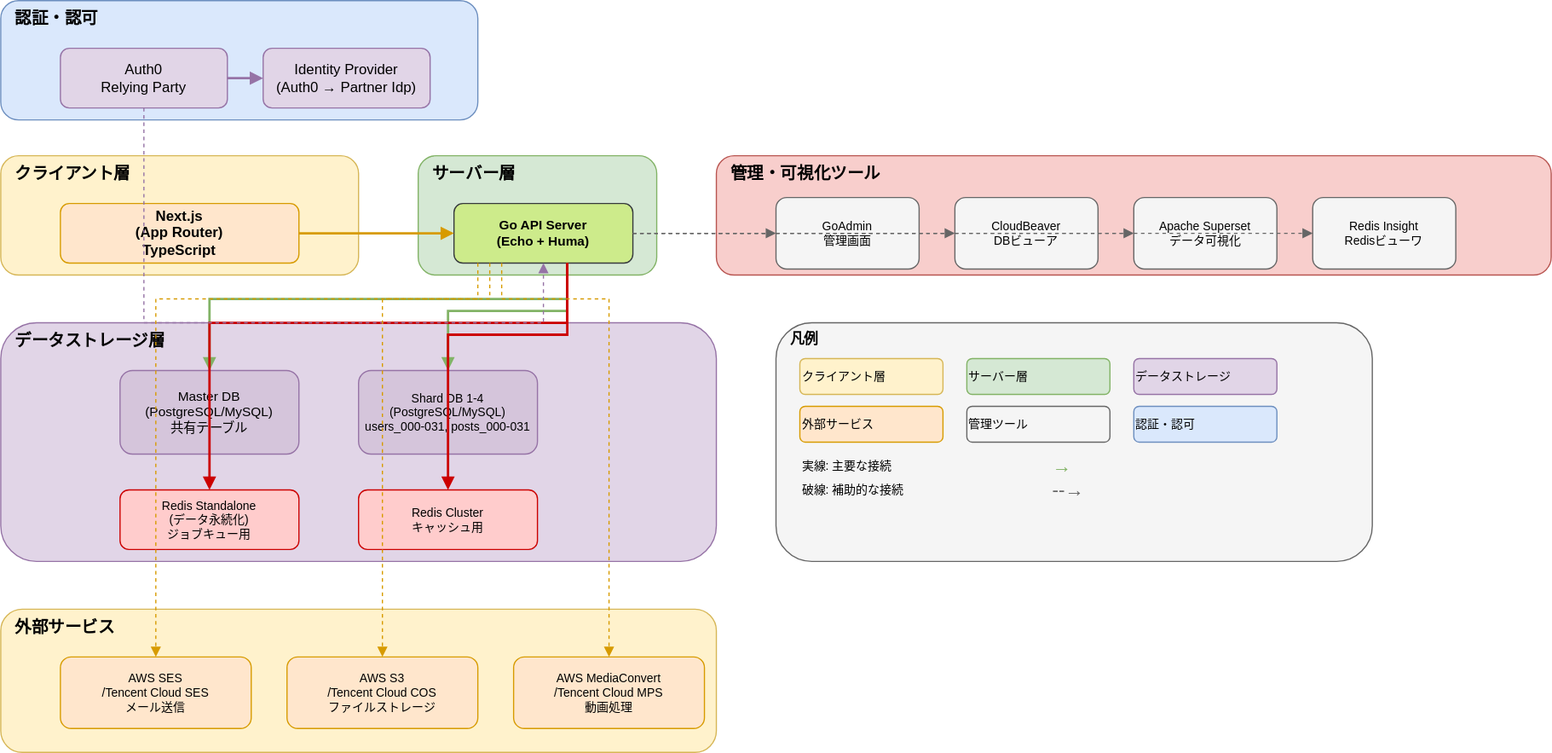
Before: docs/System-Configuration.drawio.svg, a diagram exported from draw.io (taku-o/go-webdb-template). Source tidied: cells renumbered, new cells last; positions are measured from the earlier drawing's top-left corner, leaving out a move shared by most shapes.
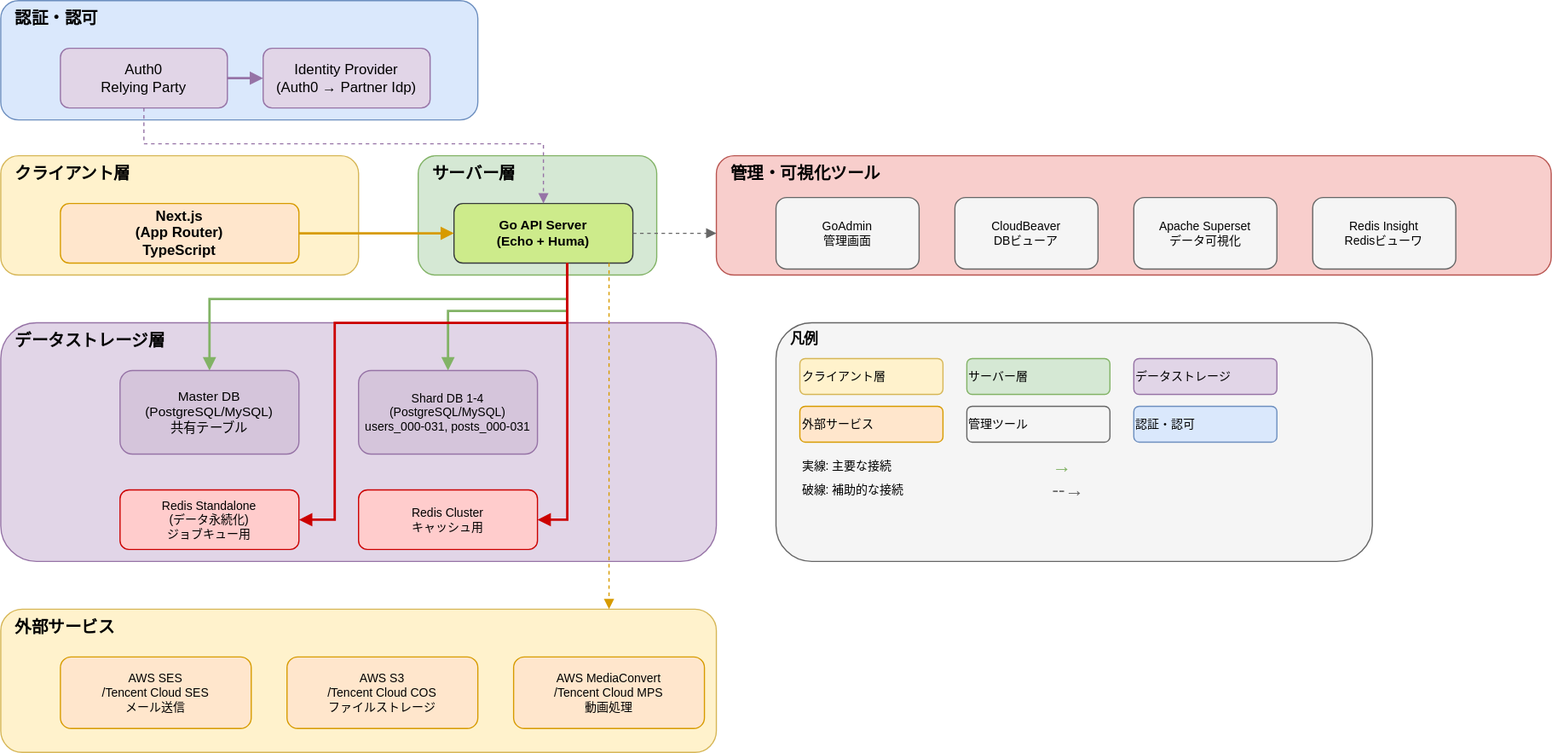
After the change.

Commit message:
update system image, remove, and change line.

The edit, as a diff of the source:
```diff
@@ -44,18 +44,11 @@
     <mxCell id="15" value="Redis Insight&lt;br&gt;Redisビューワ" style="rounded=1;whiteSpace=wrap;html=1;fillColor=#f5f5f5;strokeColor=#666666;align=center;verticalAlign=middle;fontSize=10;" parent="1" vertex="1">
       <mxGeometry x="1100" y="165" width="120" height="60" as="geometry" />
     </mxCell>
-    <mxCell id="16" style="edgeStyle=orthogonalEdgeStyle;rounded=0;jettySize=auto;html=1;strokeWidth=1;strokeColor=#666666;dashed=1;endArrow=block;endFill=1;" parent="1" edge="1" source="9" target="12">
-      <mxGeometry relative="1" as="geometry" />
+    <mxCell id="16" style="edgeStyle=orthogonalEdgeStyle;rounded=0;jettySize=auto;html=1;strokeWidth=1;strokeColor=#666666;dashed=1;endArrow=block;endFill=1;" parent="1" edge="1" source="9">
+      <mxGeometry relative="1" as="geometry">
+        <mxPoint x="600" y="195" as="targetPoint" />
+      </mxGeometry>
     </mxCell>
-    <mxCell id="17" style="edgeStyle=orthogonalEdgeStyle;rounded=0;jettySize=auto;html=1;strokeWidth=1;strokeColor=#666666;dashed=1;endArrow=block;endFill=1;" parent="1" edge="1" source="9" target="13">
-      <mxGeometry relative="1" as="geometry" />
-    </mxCell>
-    <mxCell id="18" style="edgeStyle=orthogonalEdgeStyle;rounded=0;jettySize=auto;html=1;strokeWidth=1;strokeColor=#666666;dashed=1;endArrow=block;endFill=1;" parent="1" edge="1" source="9" target="14">
-      <mxGeometry relative="1" as="geometry" />
-    </mxCell>
-    <mxCell id="19" style="edgeStyle=orthogonalEdgeStyle;rounded=0;jettySize=auto;html=1;strokeWidth=1;strokeColor=#666666;dashed=1;endArrow=block;endFill=1;" parent="1" edge="1" source="9" target="15">
-      <mxGeometry relative="1" as="geometry" />
-    </mxCell>
     <mxCell id="20" value="データストレージ層" style="rounded=1;whiteSpace=wrap;html=1;fillColor=#e1d5e7;strokeColor=#9673a6;verticalAlign=top;align=left;spacingLeft=10;fontStyle=1;fontSize=14;" parent="1" vertex="1">
       <mxGeometry y="270" width="600" height="200" as="geometry" />
     </mxCell>
@@ -91,24 +84,23 @@
       <mxGeometry relative="1" as="geometry">
         <Array as="points">
           <mxPoint x="475" y="270" />
-          <mxPoint x="175" y="270" />
+          <mxPoint x="280" y="270" />
+          <mxPoint x="280" y="435" />
         </Array>
       </mxGeometry>
     </mxCell>
     <mxCell id="28" style="edgeStyle=orthogonalEdgeStyle;rounded=0;jettySize=auto;html=1;strokeWidth=2;strokeColor=#cc0000;endArrow=block;endFill=1;" parent="1" edge="1" source="9" target="24">
       <mxGeometry relative="1" as="geometry">
         <Array as="points">
-          <mxPoint x="475" y="280" />
-          <mxPoint x="375" y="280" />
+          <mxPoint x="475" y="435" />
         </Array>
       </mxGeometry>
     </mxCell>
     <mxCell id="29" style="edgeStyle=orthogonalEdgeStyle;rounded=0;jettySize=auto;html=1;strokeWidth=1;strokeColor=#9673a6;dashed=1;endArrow=block;endFill=1;" parent="1" edge="1" source="3" target="9">
       <mxGeometry relative="1" as="geometry">
         <Array as="points">
-          <mxPoint x="120" y="170" />
-          <mxPoint x="120" y="270" />
-          <mxPoint x="400" y="270" />
+          <mxPoint x="120" y="120" />
+          <mxPoint x="455" y="120" />
         </Array>
       </mxGeometry>
     </mxCell>
@@ -124,30 +116,12 @@
     <mxCell id="33" value="AWS MediaConvert&lt;br&gt;/Tencent Cloud MPS&lt;br&gt;動画処理" style="rounded=1;whiteSpace=wrap;html=1;fillColor=#ffe6cc;strokeColor=#d79b00;align=center;verticalAlign=middle;fontSize=10;" parent="1" vertex="1">
       <mxGeometry x="430" y="550" width="160" height="60" as="geometry" />
     </mxCell>
-    <mxCell id="34" style="edgeStyle=orthogonalEdgeStyle;rounded=0;jettySize=auto;html=1;strokeWidth=1;strokeColor=#d79b00;dashed=1;endArrow=block;endFill=1;" parent="1" edge="1" source="9" target="31">
-      <mxGeometry relative="1" as="geometry">
-        <Array as="points">
-          <mxPoint x="400" y="250" />
-          <mxPoint x="130" y="250" />
-          <mxPoint x="130" y="550" />
-        </Array>
-      </mxGeometry>
-    </mxCell>
-    <mxCell id="35" style="edgeStyle=orthogonalEdgeStyle;rounded=0;jettySize=auto;html=1;strokeWidth=1;strokeColor=#d79b00;dashed=1;endArrow=block;endFill=1;" parent="1" edge="1" source="9" target="32">
-      <mxGeometry relative="1" as="geometry">
-        <Array as="points">
-          <mxPoint x="410" y="250" />
-          <mxPoint x="320" y="250" />
-          <mxPoint x="320" y="550" />
-        </Array>
-      </mxGeometry>
-    </mxCell>
-    <mxCell id="36" style="edgeStyle=orthogonalEdgeStyle;rounded=0;jettySize=auto;html=1;strokeWidth=1;strokeColor=#d79b00;dashed=1;endArrow=block;endFill=1;" parent="1" edge="1" source="9" target="33">
+    <mxCell id="36" style="edgeStyle=orthogonalEdgeStyle;rounded=0;jettySize=auto;html=1;strokeWidth=1;strokeColor=#d79b00;dashed=1;endArrow=block;endFill=1;" parent="1" edge="1" source="9">
       <mxGeometry relative="1" as="geometry">
+        <mxPoint x="510" y="510" as="targetPoint" />
         <Array as="points">
-          <mxPoint x="420" y="250" />
-          <mxPoint x="510" y="250" />
-          <mxPoint x="510" y="550" />
+          <mxPoint x="510" y="230" />
+          <mxPoint x="510" y="230" />
         </Array>
       </mxGeometry>
     </mxCell>
```
